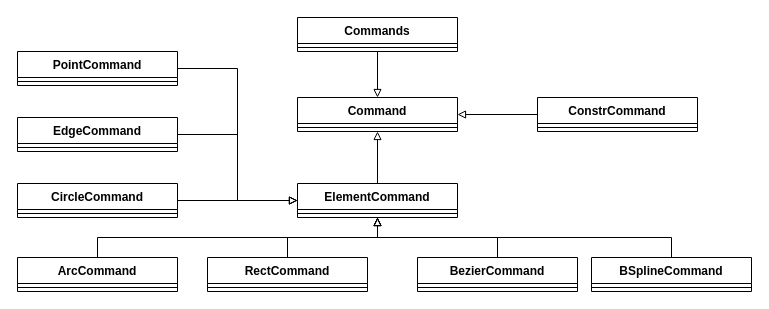
The draw.io diagram 草图命令类.drawio in liuhuliuhu123/First-test, before the edit. Source tidied: cells renumbered, new cells numbered last; positions are measured from the earlier drawing's top-left corner, leaving out a move shared by most shapes. Both pictures are drawn from the tidied source at 100%, with x=0, y=0 at pixel (17, 17).
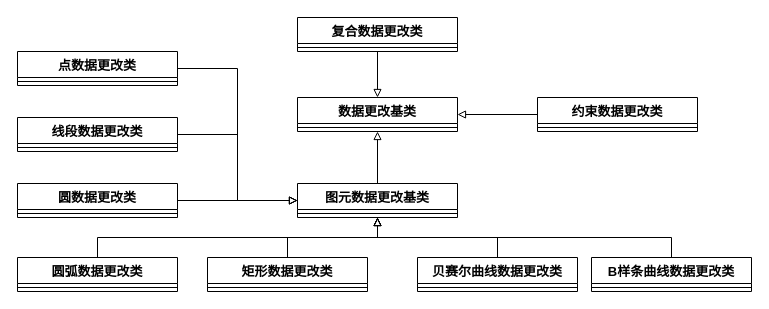
The same page after the edit.

Commit message:
更新草图命令类.drawio

The edit, as a diff of the source:
```diff
@@
-    <mxCell id="2" value="Command" style="swimlane;fontStyle=1;align=center;verticalAlign=top;horizontal=1;startSize=26;whiteSpace=wrap;html=1;" parent="1" vertex="1">
+    <mxCell id="2" value="数据更改基类" style="swimlane;fontStyle=1;align=center;verticalAlign=top;horizontal=1;startSize=26;whiteSpace=wrap;html=1;fontSize=13;" parent="1" vertex="1">
       <mxGeometry x="280" y="80" width="160" height="34" as="geometry" />
     </mxCell>
-    <mxCell id="3" style="line;strokeWidth=1;fillColor=none;align=left;verticalAlign=middle;spacingTop=-1;spacingLeft=3;spacingRight=3;labelPosition=right;strokeColor=inherit;" parent="2" vertex="1">
+    <mxCell id="3" style="line;strokeWidth=1;fillColor=none;align=left;verticalAlign=middle;spacingTop=-1;spacingLeft=3;spacingRight=3;labelPosition=right;strokeColor=inherit;fontSize=13;" parent="2" vertex="1">
       <mxGeometry y="26" width="160" height="8" as="geometry" />
     </mxCell>
-    <mxCell id="4" style="edgeStyle=orthogonalEdgeStyle;rounded=0;jettySize=auto;html=1;exitX=0.5;exitY=0;exitDx=0;exitDy=0;entryX=0.5;entryY=1;entryDx=0;entryDy=0;endArrow=block;endFill=0;" parent="1" edge="1" source="5" target="20">
+    <mxCell id="4" style="edgeStyle=orthogonalEdgeStyle;rounded=0;jettySize=auto;html=1;exitX=0.5;exitY=0;exitDx=0;exitDy=0;entryX=0.5;entryY=1;entryDx=0;entryDy=0;endArrow=block;endFill=0;fontSize=13;" parent="1" edge="1" source="5" target="20">
       <mxGeometry relative="1" as="geometry" />
     </mxCell>
-    <mxCell id="5" value="ArcCommand" style="swimlane;fontStyle=1;align=center;verticalAlign=top;horizontal=1;startSize=26;whiteSpace=wrap;html=1;" parent="1" vertex="1">
+    <mxCell id="5" value="圆弧数据更改类" style="swimlane;fontStyle=1;align=center;verticalAlign=top;horizontal=1;startSize=26;whiteSpace=wrap;html=1;fontSize=13;" parent="1" vertex="1">
       <mxGeometry y="240" width="160" height="34" as="geometry" />
     </mxCell>
-    <mxCell id="6" style="line;strokeWidth=1;fillColor=none;align=left;verticalAlign=middle;spacingTop=-1;spacingLeft=3;spacingRight=3;labelPosition=right;strokeColor=inherit;" parent="5" vertex="1">
+    <mxCell id="6" style="line;strokeWidth=1;fillColor=none;align=left;verticalAlign=middle;spacingTop=-1;spacingLeft=3;spacingRight=3;labelPosition=right;strokeColor=inherit;fontSize=13;" parent="5" vertex="1">
       <mxGeometry y="26" width="160" height="8" as="geometry" />
     </mxCell>
-    <mxCell id="7" style="edgeStyle=orthogonalEdgeStyle;rounded=0;jettySize=auto;html=1;entryX=0.5;entryY=1;entryDx=0;entryDy=0;endArrow=block;endFill=0;" parent="1" edge="1" source="8" target="20">
+    <mxCell id="7" style="edgeStyle=orthogonalEdgeStyle;rounded=0;jettySize=auto;html=1;entryX=0.5;entryY=1;entryDx=0;entryDy=0;endArrow=block;endFill=0;fontSize=13;" parent="1" edge="1" source="8" target="20">
       <mxGeometry relative="1" as="geometry">
         <Array as="points">
           <mxPoint x="270" y="220" />
           <mxPoint x="360" y="220" />
         </Array>
       </mxGeometry>
     </mxCell>
-    <mxCell id="8" value="RectCommand" style="swimlane;fontStyle=1;align=center;verticalAlign=top;horizontal=1;startSize=26;whiteSpace=wrap;html=1;" parent="1" vertex="1">
+    <mxCell id="8" value="矩形数据更改类" style="swimlane;fontStyle=1;align=center;verticalAlign=top;horizontal=1;startSize=26;whiteSpace=wrap;html=1;fontSize=13;" parent="1" vertex="1">
       <mxGeometry x="190" y="240" width="160" height="34" as="geometry" />
     </mxCell>
-    <mxCell id="9" style="line;strokeWidth=1;fillColor=none;align=left;verticalAlign=middle;spacingTop=-1;spacingLeft=3;spacingRight=3;labelPosition=right;strokeColor=inherit;" parent="8" vertex="1">
+    <mxCell id="9" style="line;strokeWidth=1;fillColor=none;align=left;verticalAlign=middle;spacingTop=-1;spacingLeft=3;spacingRight=3;labelPosition=right;strokeColor=inherit;fontSize=13;" parent="8" vertex="1">
       <mxGeometry y="26" width="160" height="8" as="geometry" />
     </mxCell>
-    <mxCell id="10" style="edgeStyle=orthogonalEdgeStyle;rounded=0;jettySize=auto;html=1;entryX=0.5;entryY=1;entryDx=0;entryDy=0;endArrow=block;endFill=0;" parent="1" edge="1" source="11" target="20">
+    <mxCell id="10" style="edgeStyle=orthogonalEdgeStyle;rounded=0;jettySize=auto;html=1;entryX=0.5;entryY=1;entryDx=0;entryDy=0;endArrow=block;endFill=0;fontSize=13;" parent="1" edge="1" source="11" target="20">
       <mxGeometry relative="1" as="geometry" />
     </mxCell>
-    <mxCell id="11" value="BezierCommand" style="swimlane;fontStyle=1;align=center;verticalAlign=top;horizontal=1;startSize=26;whiteSpace=wrap;html=1;" parent="1" vertex="1">
+    <mxCell id="11" value="贝赛尔曲线数据更改类" style="swimlane;fontStyle=1;align=center;verticalAlign=top;horizontal=1;startSize=26;whiteSpace=wrap;html=1;fontSize=13;" parent="1" vertex="1">
       <mxGeometry x="400" y="240" width="160" height="34" as="geometry" />
     </mxCell>
-    <mxCell id="12" style="line;strokeWidth=1;fillColor=none;align=left;verticalAlign=middle;spacingTop=-1;spacingLeft=3;spacingRight=3;labelPosition=right;strokeColor=inherit;" parent="11" vertex="1">
+    <mxCell id="12" style="line;strokeWidth=1;fillColor=none;align=left;verticalAlign=middle;spacingTop=-1;spacingLeft=3;spacingRight=3;labelPosition=right;strokeColor=inherit;fontSize=13;" parent="11" vertex="1">
       <mxGeometry y="26" width="160" height="8" as="geometry" />
     </mxCell>
-    <mxCell id="13" style="edgeStyle=orthogonalEdgeStyle;rounded=0;jettySize=auto;html=1;exitX=0.5;exitY=1;exitDx=0;exitDy=0;entryX=0.5;entryY=0;entryDx=0;entryDy=0;endArrow=block;endFill=0;" parent="1" edge="1" source="14" target="2">
+    <mxCell id="13" style="edgeStyle=orthogonalEdgeStyle;rounded=0;jettySize=auto;html=1;exitX=0.5;exitY=1;exitDx=0;exitDy=0;entryX=0.5;entryY=0;entryDx=0;entryDy=0;endArrow=block;endFill=0;fontSize=13;" parent="1" edge="1" source="14" target="2">
       <mxGeometry relative="1" as="geometry" />
     </mxCell>
-    <mxCell id="14" value="Commands" style="swimlane;fontStyle=1;align=center;verticalAlign=top;horizontal=1;startSize=26;whiteSpace=wrap;html=1;" parent="1" vertex="1">
+    <mxCell id="14" value="复合数据更改类" style="swimlane;fontStyle=1;align=center;verticalAlign=top;horizontal=1;startSize=26;whiteSpace=wrap;html=1;fontSize=13;" parent="1" vertex="1">
       <mxGeometry x="280" width="160" height="34" as="geometry" />
     </mxCell>
-    <mxCell id="15" style="line;strokeWidth=1;fillColor=none;align=left;verticalAlign=middle;spacingTop=-1;spacingLeft=3;spacingRight=3;labelPosition=right;strokeColor=inherit;" parent="14" vertex="1">
+    <mxCell id="15" style="line;strokeWidth=1;fillColor=none;align=left;verticalAlign=middle;spacingTop=-1;spacingLeft=3;spacingRight=3;labelPosition=right;strokeColor=inherit;fontSize=13;" parent="14" vertex="1">
       <mxGeometry y="26" width="160" height="8" as="geometry" />
     </mxCell>
-    <mxCell id="16" style="edgeStyle=orthogonalEdgeStyle;rounded=0;jettySize=auto;html=1;entryX=1;entryY=0.5;entryDx=0;entryDy=0;endArrow=block;endFill=0;" parent="1" edge="1" source="17" target="2">
+    <mxCell id="16" style="edgeStyle=orthogonalEdgeStyle;rounded=0;jettySize=auto;html=1;entryX=1;entryY=0.5;entryDx=0;entryDy=0;endArrow=block;endFill=0;fontSize=13;" parent="1" edge="1" source="17" target="2">
       <mxGeometry relative="1" as="geometry" />
     </mxCell>
-    <mxCell id="17" value="ConstrCommand" style="swimlane;fontStyle=1;align=center;verticalAlign=top;horizontal=1;startSize=26;whiteSpace=wrap;html=1;" parent="1" vertex="1">
+    <mxCell id="17" value="约束数据更改类" style="swimlane;fontStyle=1;align=center;verticalAlign=top;horizontal=1;startSize=26;whiteSpace=wrap;html=1;fontSize=13;" parent="1" vertex="1">
       <mxGeometry x="520" y="80" width="160" height="34" as="geometry" />
     </mxCell>
-    <mxCell id="18" style="line;strokeWidth=1;fillColor=none;align=left;verticalAlign=middle;spacingTop=-1;spacingLeft=3;spacingRight=3;labelPosition=right;strokeColor=inherit;" parent="17" vertex="1">
+    <mxCell id="18" style="line;strokeWidth=1;fillColor=none;align=left;verticalAlign=middle;spacingTop=-1;spacingLeft=3;spacingRight=3;labelPosition=right;strokeColor=inherit;fontSize=13;" parent="17" vertex="1">
       <mxGeometry y="26" width="160" height="8" as="geometry" />
     </mxCell>
-    <mxCell id="19" style="edgeStyle=orthogonalEdgeStyle;rounded=0;jettySize=auto;html=1;entryX=0.5;entryY=1;entryDx=0;entryDy=0;endArrow=block;endFill=0;" parent="1" edge="1" source="20" target="2">
+    <mxCell id="19" style="edgeStyle=orthogonalEdgeStyle;rounded=0;jettySize=auto;html=1;entryX=0.5;entryY=1;entryDx=0;entryDy=0;endArrow=block;endFill=0;fontSize=13;" parent="1" edge="1" source="20" target="2">
       <mxGeometry relative="1" as="geometry" />
     </mxCell>
-    <mxCell id="20" value="ElementCommand" style="swimlane;fontStyle=1;align=center;verticalAlign=top;horizontal=1;startSize=26;whiteSpace=wrap;html=1;" parent="1" vertex="1">
+    <mxCell id="20" value="图元数据更改基类" style="swimlane;fontStyle=1;align=center;verticalAlign=top;horizontal=1;startSize=26;whiteSpace=wrap;html=1;fontSize=13;" parent="1" vertex="1">
       <mxGeometry x="280" y="166" width="160" height="34" as="geometry" />
     </mxCell>
-    <mxCell id="21" style="line;strokeWidth=1;fillColor=none;align=left;verticalAlign=middle;spacingTop=-1;spacingLeft=3;spacingRight=3;labelPosition=right;strokeColor=inherit;" parent="20" vertex="1">
+    <mxCell id="21" style="line;strokeWidth=1;fillColor=none;align=left;verticalAlign=middle;spacingTop=-1;spacingLeft=3;spacingRight=3;labelPosition=right;strokeColor=inherit;fontSize=13;" parent="20" vertex="1">
       <mxGeometry y="26" width="160" height="8" as="geometry" />
     </mxCell>
-    <mxCell id="22" style="edgeStyle=orthogonalEdgeStyle;rounded=0;jettySize=auto;html=1;entryX=0;entryY=0.5;entryDx=0;entryDy=0;endArrow=block;endFill=0;" parent="1" edge="1" source="23" target="20">
+    <mxCell id="22" style="edgeStyle=orthogonalEdgeStyle;rounded=0;jettySize=auto;html=1;entryX=0;entryY=0.5;entryDx=0;entryDy=0;endArrow=block;endFill=0;fontSize=13;" parent="1" edge="1" source="23" target="20">
       <mxGeometry relative="1" as="geometry" />
     </mxCell>
-    <mxCell id="23" value="EdgeCommand" style="swimlane;fontStyle=1;align=center;verticalAlign=top;horizontal=1;startSize=26;whiteSpace=wrap;html=1;" parent="1" vertex="1">
+    <mxCell id="23" value="线段数据更改类" style="swimlane;fontStyle=1;align=center;verticalAlign=top;horizontal=1;startSize=26;whiteSpace=wrap;html=1;fontSize=13;" parent="1" vertex="1">
       <mxGeometry y="100" width="160" height="34" as="geometry" />
     </mxCell>
-    <mxCell id="24" style="line;strokeWidth=1;fillColor=none;align=left;verticalAlign=middle;spacingTop=-1;spacingLeft=3;spacingRight=3;labelPosition=right;strokeColor=inherit;" parent="23" vertex="1">
+    <mxCell id="24" style="line;strokeWidth=1;fillColor=none;align=left;verticalAlign=middle;spacingTop=-1;spacingLeft=3;spacingRight=3;labelPosition=right;strokeColor=inherit;fontSize=13;" parent="23" vertex="1">
       <mxGeometry y="26" width="160" height="8" as="geometry" />
     </mxCell>
-    <mxCell id="25" style="edgeStyle=orthogonalEdgeStyle;rounded=0;jettySize=auto;html=1;entryX=0;entryY=0.5;entryDx=0;entryDy=0;endArrow=block;endFill=0;" parent="1" edge="1" source="26" target="20">
+    <mxCell id="25" style="edgeStyle=orthogonalEdgeStyle;rounded=0;jettySize=auto;html=1;entryX=0;entryY=0.5;entryDx=0;entryDy=0;endArrow=block;endFill=0;fontSize=13;" parent="1" edge="1" source="26" target="20">
       <mxGeometry relative="1" as="geometry" />
     </mxCell>
-    <mxCell id="26" value="PointCommand" style="swimlane;fontStyle=1;align=center;verticalAlign=top;horizontal=1;startSize=26;whiteSpace=wrap;html=1;" parent="1" vertex="1">
+    <mxCell id="26" value="点数据更改类" style="swimlane;fontStyle=1;align=center;verticalAlign=top;horizontal=1;startSize=26;whiteSpace=wrap;html=1;fontSize=13;" parent="1" vertex="1">
       <mxGeometry y="34" width="160" height="34" as="geometry" />
     </mxCell>
-    <mxCell id="27" style="line;strokeWidth=1;fillColor=none;align=left;verticalAlign=middle;spacingTop=-1;spacingLeft=3;spacingRight=3;labelPosition=right;strokeColor=inherit;" parent="26" vertex="1">
+    <mxCell id="27" style="line;strokeWidth=1;fillColor=none;align=left;verticalAlign=middle;spacingTop=-1;spacingLeft=3;spacingRight=3;labelPosition=right;strokeColor=inherit;fontSize=13;" parent="26" vertex="1">
       <mxGeometry y="26" width="160" height="8" as="geometry" />
     </mxCell>
-    <mxCell id="28" style="edgeStyle=orthogonalEdgeStyle;rounded=0;jettySize=auto;html=1;exitX=0.5;exitY=0;exitDx=0;exitDy=0;entryX=0.5;entryY=1;entryDx=0;entryDy=0;endArrow=block;endFill=0;" parent="1" edge="1" source="29" target="20">
+    <mxCell id="28" style="edgeStyle=orthogonalEdgeStyle;rounded=0;jettySize=auto;html=1;exitX=0.5;exitY=0;exitDx=0;exitDy=0;entryX=0.5;entryY=1;entryDx=0;entryDy=0;endArrow=block;endFill=0;fontSize=13;" parent="1" edge="1" source="29" target="20">
       <mxGeometry relative="1" as="geometry" />
     </mxCell>
-    <mxCell id="29" value="BSplineCommand" style="swimlane;fontStyle=1;align=center;verticalAlign=top;horizontal=1;startSize=26;whiteSpace=wrap;html=1;" parent="1" vertex="1">
+    <mxCell id="29" value="B样条曲线数据更改类" style="swimlane;fontStyle=1;align=center;verticalAlign=top;horizontal=1;startSize=26;whiteSpace=wrap;html=1;fontSize=13;" parent="1" vertex="1">
       <mxGeometry x="574" y="240" width="160" height="34" as="geometry" />
     </mxCell>
-    <mxCell id="30" style="line;strokeWidth=1;fillColor=none;align=left;verticalAlign=middle;spacingTop=-1;spacingLeft=3;spacingRight=3;labelPosition=right;strokeColor=inherit;" parent="29" vertex="1">
+    <mxCell id="30" style="line;strokeWidth=1;fillColor=none;align=left;verticalAlign=middle;spacingTop=-1;spacingLeft=3;spacingRight=3;labelPosition=right;strokeColor=inherit;fontSize=13;" parent="29" vertex="1">
       <mxGeometry y="26" width="160" height="8" as="geometry" />
     </mxCell>
-    <mxCell id="31" style="edgeStyle=orthogonalEdgeStyle;rounded=0;jettySize=auto;html=1;endArrow=block;endFill=0;" parent="1" edge="1" source="32">
+    <mxCell id="31" style="edgeStyle=orthogonalEdgeStyle;rounded=0;jettySize=auto;html=1;endArrow=block;endFill=0;fontSize=13;" parent="1" edge="1" source="32">
       <mxGeometry relative="1" as="geometry">
         <mxPoint x="280" y="183" as="targetPoint" />
       </mxGeometry>
     </mxCell>
-    <mxCell id="32" value="CircleCommand" style="swimlane;fontStyle=1;align=center;verticalAlign=top;horizontal=1;startSize=26;whiteSpace=wrap;html=1;" parent="1" vertex="1">
+    <mxCell id="32" value="圆数据更改类" style="swimlane;fontStyle=1;align=center;verticalAlign=top;horizontal=1;startSize=26;whiteSpace=wrap;html=1;fontSize=13;" parent="1" vertex="1">
       <mxGeometry y="166" width="160" height="34" as="geometry" />
     </mxCell>
-    <mxCell id="33" style="line;strokeWidth=1;fillColor=none;align=left;verticalAlign=middle;spacingTop=-1;spacingLeft=3;spacingRight=3;labelPosition=right;strokeColor=inherit;" parent="32" vertex="1">
+    <mxCell id="33" style="line;strokeWidth=1;fillColor=none;align=left;verticalAlign=middle;spacingTop=-1;spacingLeft=3;spacingRight=3;labelPosition=right;strokeColor=inherit;fontSize=13;" parent="32" vertex="1">
       <mxGeometry y="26" width="160" height="8" as="geometry" />
     </mxCell>
```
